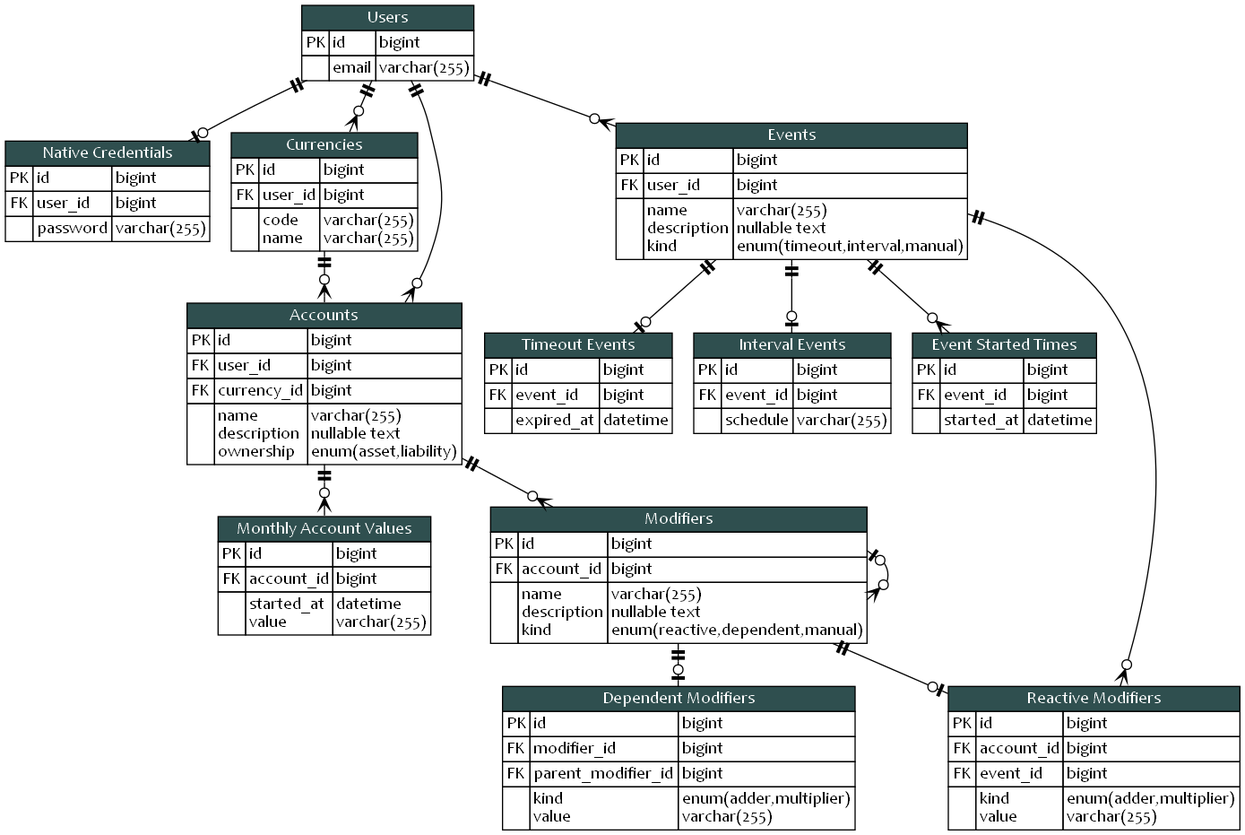
Before: blueprint/erd.png, a diagram exported from Graphviz (KennethTrecy/peratorakka_server). Its source is kept beside it as blueprint/erd.dot. Source of this version:
```dot
digraph {
	graph [
		splines = true
		layout = dot
	]
	{
		node [ shape = none margin = 0 fontname="Candara" ]
		users [
			label = <
			<table cellspacing="0" border="0" cellborder="1">
				<tr>
					<td colspan="3" bgcolor="darkslategray">
						<font color="white">
							Users
						</font>
					</td>
				</tr>
				<tr>
					<td>PK</td>
					<td align="left">id</td>
					<td align="left">bigint</td>
				</tr>
				<tr>
					<td></td>
					<td>
						email<br align="left"/>
					</td>
					<td>
						varchar(255)<br align="left"/>
					</td>
				</tr>
			</table>
			>
		]
		native_credentials [
			label = <
			<table cellspacing="0" border="0" cellborder="1">
				<tr>
					<td colspan="3" bgcolor="darkslategray">
						<font color="white">
							Native Credentials
						</font>
					</td>
				</tr>
				<tr>
					<td>PK</td>
					<td align="left">id</td>
					<td align="left">bigint</td>
				</tr>
				<tr>
					<td>FK</td>
					<td align="left">user_id</td>
					<td align="left">bigint</td>
				</tr>
				<tr>
					<td></td>
					<td>
						password<br align="left"/>
					</td>
					<td>
						varchar(255)<br align="left"/>
					</td>
				</tr>
			</table>
			>
		]
		currencies [
			label = <
			<table cellspacing="0" border="0" cellborder="1">
				<tr>
					<td colspan="3" bgcolor="darkslategray">
						<font color="white">
							Currencies
						</font>
					</td>
				</tr>
				<tr>
					<td>PK</td>
					<td align="left">id</td>
					<td align="left">bigint</td>
				</tr>
				<tr>
					<td>FK</td>
					<td align="left">user_id</td>
					<td align="left">bigint</td>
				</tr>
				<tr>
					<td></td>
					<td align="left">
						code<br align="left"/>
						name<br align="left"/>
					</td>
					<td align="left">
						varchar(255)<br align="left"/>
						varchar(255)<br align="left"/>
					</td>
				</tr>
			</table>
			>
		]
		accounts [
			label = <
			<table cellspacing="0" border="0" cellborder="1">
				<tr>
					<td colspan="3" bgcolor="darkslategray">
						<font color="white">
							Accounts
						</font>
					</td>
				</tr>
				<tr>
					<td>PK</td>
					<td align="left">id</td>
					<td align="left">bigint</td>
				</tr>
				<tr>
					<td>FK</td>
					<td align="left">user_id</td>
					<td align="left">bigint</td>
				</tr>
				<tr>
					<td>FK</td>
					<td align="left">currency_id</td>
					<td align="left">bigint</td>
				</tr>
				<tr>
					<td></td>
					<td align="left">
						name<br align="left"/>
						description<br align="left"/>
						ownership<br align="left"/>
					</td>
					<td align="left">
						varchar(255)<br align="left"/>
						nullable text<br align="left"/>
						enum(asset,liability)<br align="left"/>
					</td>
				</tr>
			</table>
			>
		]
		monthly_account_values [
			label = <
			<table cellspacing="0" border="0" cellborder="1">
				<tr>
					<td colspan="3" bgcolor="darkslategray">
						<font color="white">
							Monthly Account Values
						</font>
					</td>
				</tr>
				<tr>
					<td>PK</td>
					<td align="left">id</td>
					<td align="left">bigint</td>
				</tr>
				<tr>
					<td>FK</td>
					<td align="left">account_id</td>
					<td align="left">bigint</td>
				</tr>
				<tr>
					<td></td>
					<td align="left">
						started_at<br align="left"/>
						value<br align="left"/>
					</td>
					<td align="left">
						datetime<br align="left"/>
						varchar(255)<br align="left"/>
					</td>
				</tr>
			</table>
			>
		]
		events [
			label = <
			<table cellspacing="0" border="0" cellborder="1">
				<tr>
					<td colspan="3" bgcolor="darkslategray">
						<font color="white">
							Events
						</font>
					</td>
				</tr>
				<tr>
					<td>PK</td>
					<td align="left">id</td>
					<td align="left">bigint</td>
				</tr>
				<tr>
					<td>FK</td>
					<td align="left">user_id</td>
					<td align="left">bigint</td>
				</tr>
				<tr>
					<td></td>
					<td align="left">
						name<br align="left"/>
						description<br align="left"/>
						kind<br align="left"/>
					</td>
					<td align="left">
						varchar(255)<br align="left"/>
						nullable text<br align="left"/>
						enum(timeout,interval,manual)<br align="left"/>
					</td>
				</tr>
			</table>
			>
		]
		timeout_events [
			label = <
			<table cellspacing="0" border="0" cellborder="1">
				<tr>
					<td colspan="3" bgcolor="darkslategray">
						<font color="white">
							Timeout Events
						</font>
					</td>
				</tr>
				<tr>
					<td>PK</td>
					<td align="left">id</td>
					<td align="left">bigint</td>
				</tr>
				<tr>
					<td>FK</td>
					<td align="left">event_id</td>
					<td align="left">bigint</td>
				</tr>
				<tr>
					<td></td>
					<td align="left">
						expired_at<br align="left"/>
					</td>
					<td align="left">
						datetime<br align="left"/>
					</td>
				</tr>
			</table>
			>
		]
		interval_events [
			label = <
			<table cellspacing="0" border="0" cellborder="1">
				<tr>
					<td colspan="3" bgcolor="darkslategray">
						<font color="white">
							Interval Events
						</font>
					</td>
				</tr>
				<tr>
					<td>PK</td>
					<td align="left">id</td>
					<td align="left">bigint</td>
				</tr>
				<tr>
					<td>FK</td>
					<td align="left">event_id</td>
					<td align="left">bigint</td>
				</tr>
				<tr>
					<td></td>
					<td align="left">
						schedule<br align="left"/>
					</td>
					<td align="left">
						varchar(255)<br align="left"/>
					</td>
				</tr>
			</table>
			>
		]
		event_started_times [
			label = <
			<table cellspacing="0" border="0" cellborder="1">
				<tr>
					<td colspan="3" bgcolor="darkslategray">
						<font color="white">
							Event Started Times
						</font>
					</td>
				</tr>
				<tr>
					<td>PK</td>
					<td align="left">id</td>
					<td align="left">bigint</td>
				</tr>
				<tr>
					<td>FK</td>
					<td align="left">event_id</td>
					<td align="left">bigint</td>
				</tr>
				<tr>
					<td></td>
					<td align="left">
						started_at<br align="left"/>
					</td>
					<td align="left">
						datetime<br align="left"/>
					</td>
				</tr>
			</table>
			>
		]
		modifiers [
			label = <
			<table cellspacing="0" border="0" cellborder="1">
				<tr>
					<td colspan="3" bgcolor="darkslategray">
						<font color="white">
							Modifiers
						</font>
					</td>
				</tr>
				<tr>
					<td>PK</td>
					<td align="left">id</td>
					<td align="left">bigint</td>
				</tr>
				<tr>
					<td>FK</td>
					<td align="left">account_id</td>
					<td align="left">bigint</td>
				</tr>
				<tr>
					<td></td>
					<td align="left">
						name<br align="left"/>
						description<br align="left"/>
						kind<br align="left"/>
					</td>
					<td align="left">
						varchar(255)<br align="left"/>
						nullable text<br align="left"/>
						enum(reactive,dependent,manual)<br align="left"/>
					</td>
				</tr>
			</table>
			>
		]
		reactive_modifiers [
			label = <
			<table cellspacing="0" border="0" cellborder="1">
				<tr>
					<td colspan="3" bgcolor="darkslategray">
						<font color="white">
							Reactive Modifiers
						</font>
					</td>
				</tr>
				<tr>
					<td>PK</td>
					<td align="left">id</td>
					<td align="left">bigint</td>
				</tr>
				<tr>
					<td>FK</td>
					<td align="left">account_id</td>
					<td align="left">bigint</td>
				</tr>
				<tr>
					<td>FK</td>
					<td align="left">event_id</td>
					<td align="left">bigint</td>
				</tr>
				<tr>
					<td></td>
					<td align="left">
						kind<br align="left"/>
						value<br align="left"/>
					</td>
					<td align="left">
						enum(adder,multiplier)<br align="left"/>
						varchar(255)<br align="left"/>
					</td>
				</tr>
			</table>
			>
		]
		dependent_modifiers [
			label = <
			<table cellspacing="0" border="0" cellborder="1">
				<tr>
					<td colspan="3" bgcolor="darkslategray">
						<font color="white">
							Dependent Modifiers
						</font>
					</td>
				</tr>
				<tr>
					<td>PK</td>
					<td align="left">id</td>
					<td align="left">bigint</td>
				</tr>
				<tr>
					<td>FK</td>
					<td align="left">modifier_id</td>
					<td align="left">bigint</td>
				</tr>
				<tr>
					<td>FK</td>
					<td align="left">parent_modifier_id</td>
					<td align="left">bigint</td>
				</tr>
				<tr>
					<td></td>
					<td align="left">
						kind<br align="left"/>
						value<br align="left"/>
					</td>
					<td align="left">
						enum(adder,multiplier)<br align="left"/>
						varchar(255)<br align="left"/>
					</td>
				</tr>
			</table>
			>
		]
	}

	edge [ dir = "both" ]
	{
		edge [
			arrowhead = noneteeodot
			arrowtail = noneteetee
		]

		users -> native_credentials
		events -> timeout_events
		events -> interval_events
		modifiers -> reactive_modifiers
		modifiers -> dependent_modifiers
	}

	{
		edge [
			arrowhead = nonecrowodot
			arrowtail = noneteetee
		]

		users -> currencies
		users -> accounts
		currencies -> accounts
		accounts -> monthly_account_values
		users -> events
		events -> event_started_times
		accounts -> modifiers
		events -> reactive_modifiers
	}

	{
		edge [
			arrowhead = nonecrowodot
			arrowtail = noneteeodot
		]

		modifiers -> modifiers
	}
}
```
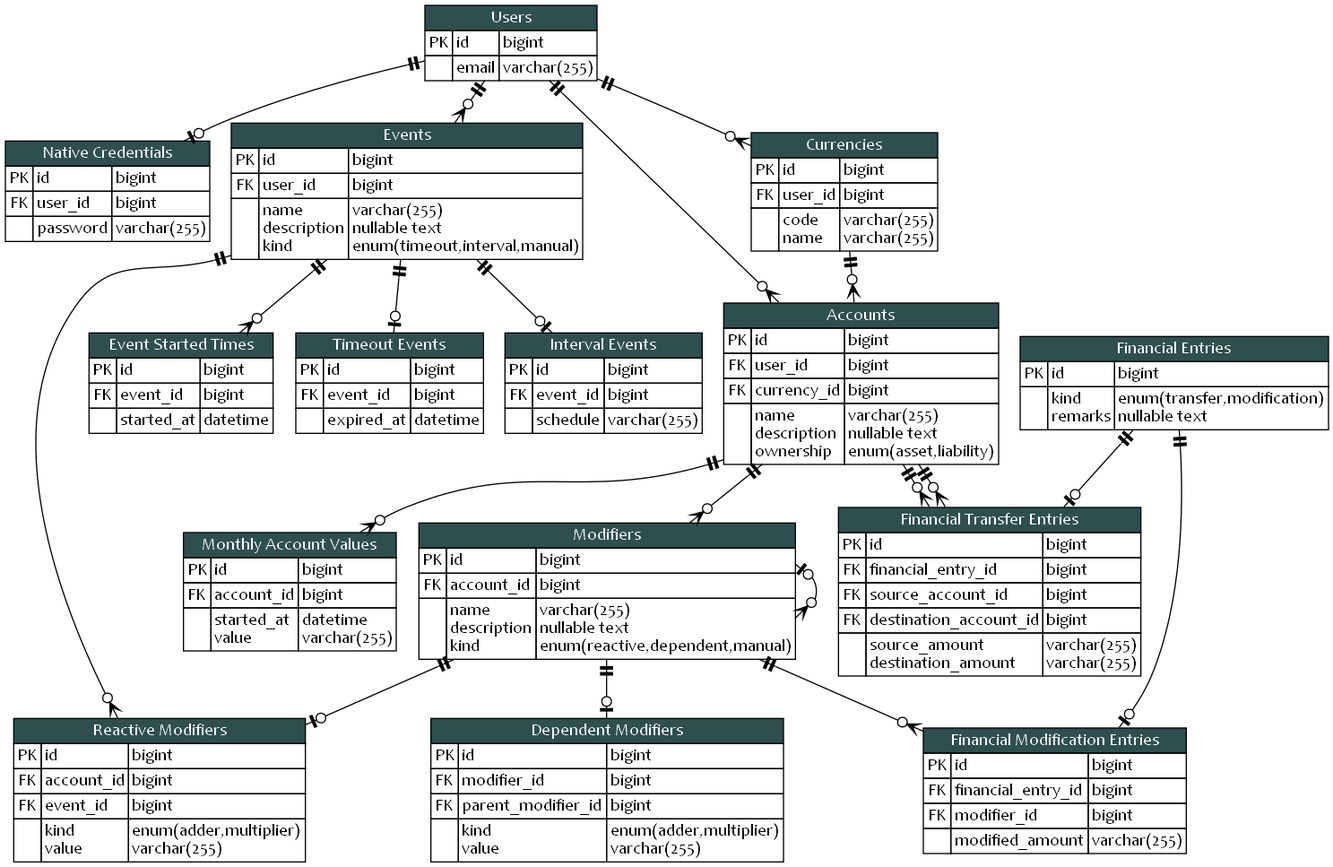
The same file after the commit.

Commit message:
docs(blueprint): include financial entry-related entities in the ERD

The edit, as a diff of the source:
```diff
@@ -419,6 +419,116 @@
 			</table>
 			>
 		]
+		financial_entries [
+			label = <
+			<table cellspacing="0" border="0" cellborder="1">
+				<tr>
+					<td colspan="3" bgcolor="darkslategray">
+						<font color="white">
+							Financial Entries
+						</font>
+					</td>
+				</tr>
+				<tr>
+					<td>PK</td>
+					<td align="left">id</td>
+					<td align="left">bigint</td>
+				</tr>
+				<tr>
+					<td></td>
+					<td align="left">
+						kind<br align="left"/>
+						remarks<br align="left"/>
+					</td>
+					<td align="left">
+						enum(transfer,modification)<br align="left"/>
+						nullable text<br align="left"/>
+					</td>
+				</tr>
+			</table>
+			>
+		]
+		financial_transfer_entries [
+			label = <
+			<table cellspacing="0" border="0" cellborder="1">
+				<tr>
+					<td colspan="3" bgcolor="darkslategray">
+						<font color="white">
+							Financial Transfer Entries
+						</font>
+					</td>
+				</tr>
+				<tr>
+					<td>PK</td>
+					<td align="left">id</td>
+					<td align="left">bigint</td>
+				</tr>
+				<tr>
+					<td>FK</td>
+					<td align="left">financial_entry_id</td>
+					<td align="left">bigint</td>
+				</tr>
+				<tr>
+					<td>FK</td>
+					<td align="left">source_account_id</td>
+					<td align="left">bigint</td>
+				</tr>
+				<tr>
+					<td>FK</td>
+					<td align="left">destination_account_id</td>
+					<td align="left">bigint</td>
+				</tr>
+				<tr>
+					<td></td>
+					<td align="left">
+						source_amount<br align="left"/>
+						destination_amount<br align="left"/>
+					</td>
+					<td align="left">
+						varchar(255)<br align="left"/>
+						varchar(255)<br align="left"/>
+					</td>
+				</tr>
+			</table>
+			>
+		]
+		financial_modification_entries [
+			label = <
+			<table cellspacing="0" border="0" cellborder="1">
+				<tr>
+					<td colspan="3" bgcolor="darkslategray">
+						<font color="white">
+							Financial Modification Entries
+						</font>
+					</td>
+				</tr>
+				<tr>
+					<td>PK</td>
+					<td align="left">id</td>
+					<td align="left">bigint</td>
+				</tr>
+				<tr>
+					<td>FK</td>
+					<td align="left">financial_entry_id</td>
+					<td align="left">bigint</td>
+				</tr>
+				<tr>
+					<td>FK</td>
+					<td align="left">modifier_id</td>
+					<td align="left">bigint</td>
+				</tr>
+				<tr>
+					<td></td>
+					<td align="left">
+						modified_amount<br align="left"/>
+					</td>
+					<td align="left">
+						varchar(255)<br align="left"/>
+					</td>
+				</tr>
+			</table>
+			>
+		]
 	}
 
 	edge [ dir = "both" ]
@@ -433,6 +543,8 @@
 		events -> interval_events
 		modifiers -> reactive_modifiers
 		modifiers -> dependent_modifiers
+		financial_entries -> financial_transfer_entries
+		financial_entries -> financial_modification_entries
 	}
 
 	{
@@ -446,9 +558,12 @@
 		currencies -> accounts
 		accounts -> monthly_account_values
 		users -> events
+		accounts -> modifiers
 		events -> event_started_times
-		accounts -> modifiers
 		events -> reactive_modifiers
+		accounts -> financial_transfer_entries
+		accounts -> financial_transfer_entries
+		modifiers -> financial_modification_entries
 	}
 
 	{
```
